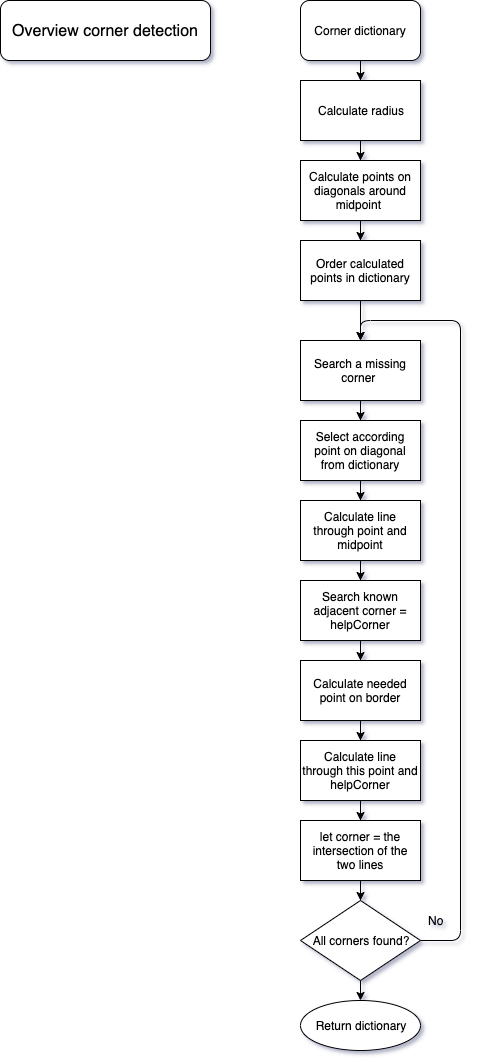
Before: Verslag/Eindverslag/img/ReconstructionFlowchart.png, a diagram exported from draw.io (SeppeVanSteenbergen/2019-2020-PnOCW-team-12). Source tidied: cells renumbered, new cells last; positions are measured from the earlier drawing's top-left corner, leaving out a move shared by most shapes.
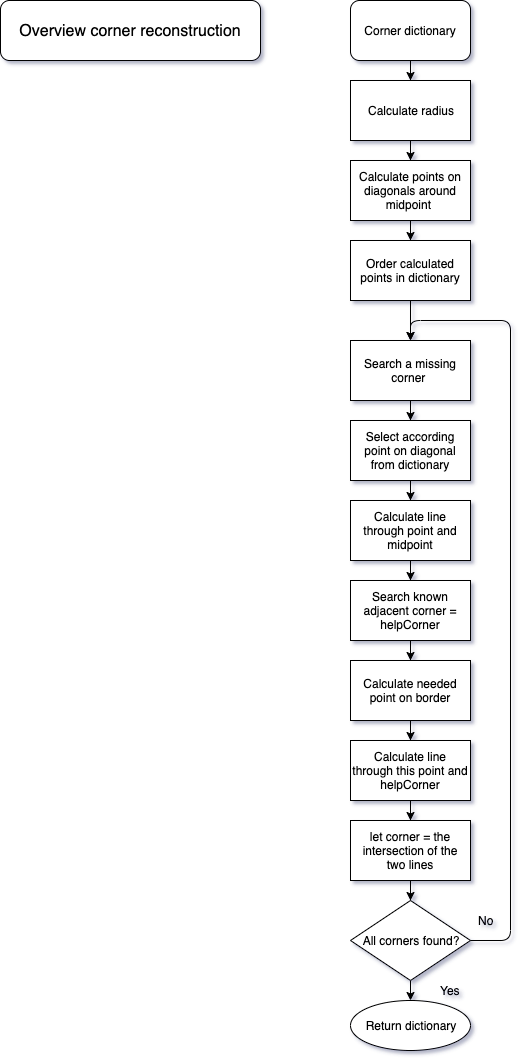
The same file after the commit.

What changed in the source:
```diff
@@ -2,8 +2,8 @@
   <root>
     <mxCell id="0" />
     <mxCell id="1" parent="0" />
-    <mxCell id="2" value="&lt;font style=&quot;font-size: 16px&quot;&gt;Overview corner detection&lt;/font&gt;" style="rounded=1;whiteSpace=wrap;html=1;" parent="1" vertex="1">
-      <mxGeometry width="210" height="60" as="geometry" />
+    <mxCell id="2" value="&lt;font style=&quot;font-size: 16px&quot;&gt;Overview corner reconstruction&lt;/font&gt;" style="rounded=1;whiteSpace=wrap;html=1;" parent="1" vertex="1">
+      <mxGeometry x="-50" width="260" height="60" as="geometry" />
     </mxCell>
     <mxCell id="3" style="edgeStyle=orthogonalEdgeStyle;rounded=0;jettySize=auto;html=1;" parent="1" edge="1" source="4" target="6">
       <mxGeometry relative="1" as="geometry" />
@@ -92,5 +92,8 @@
     <mxCell id="29" value="Return dictionary" style="ellipse;whiteSpace=wrap;html=1;" parent="1" vertex="1">
       <mxGeometry x="300" y="1000" width="120" height="50" as="geometry" />
     </mxCell>
+    <mxCell id="30" value="Yes" style="text;html=1;align=center;verticalAlign=middle;" parent="1" vertex="1">
+      <mxGeometry x="380" y="980" width="40" height="20" as="geometry" />
+    </mxCell>
   </root>
 </mxGraphModel>
```
